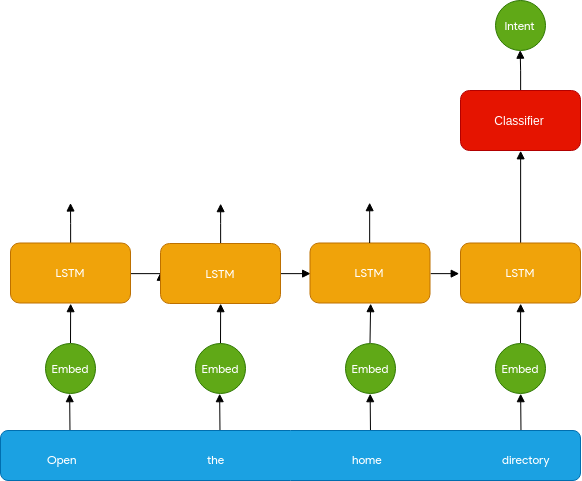
Before: images/NLU/intent_classification.png, a diagram exported from draw.io (Wissben/Master-Thesis). Source tidied: cells renumbered, new cells last; positions are measured from the earlier drawing's top-left corner, leaving out a move shared by most shapes.
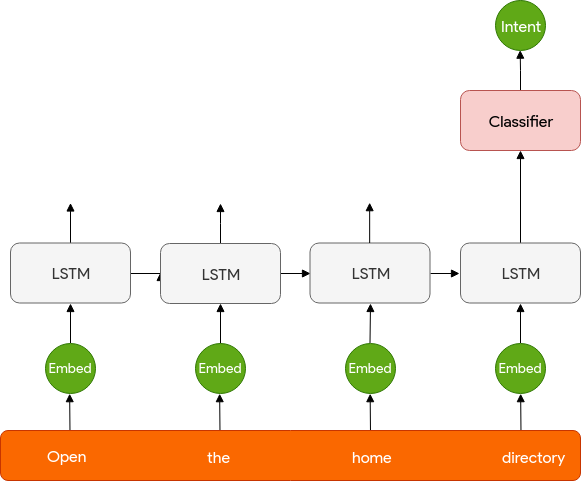
Later version of the same file.

What changed in the source:
```diff
@@ -2,25 +2,25 @@
   <root>
     <mxCell id="0" />
     <mxCell id="1" parent="0" />
-    <mxCell id="2" style="edgeStyle=orthogonalEdgeStyle;rounded=0;jettySize=auto;html=1;exitX=0.5;exitY=0;exitDx=0;exitDy=0;startArrow=none;startFill=0;endArrow=block;endFill=1;" parent="1" edge="1" source="4">
+    <mxCell id="2" style="edgeStyle=orthogonalEdgeStyle;rounded=0;jettySize=auto;html=1;exitX=0.5;exitY=0;exitDx=0;exitDy=0;startArrow=none;startFill=0;endArrow=block;endFill=1;fontFamily=Lucida Console;fontSize=16;" parent="1" edge="1" source="4">
       <mxGeometry relative="1" as="geometry">
         <mxPoint x="70" y="202.5" as="targetPoint" />
       </mxGeometry>
     </mxCell>
-    <mxCell id="3" style="edgeStyle=orthogonalEdgeStyle;rounded=0;jettySize=auto;html=1;exitX=1;exitY=0.5;exitDx=0;exitDy=0;entryX=0;entryY=0.5;entryDx=0;entryDy=0;startArrow=none;startFill=0;endArrow=block;endFill=1;" parent="1" edge="1" source="4">
+    <mxCell id="3" style="edgeStyle=orthogonalEdgeStyle;rounded=0;jettySize=auto;html=1;exitX=1;exitY=0.5;exitDx=0;exitDy=0;entryX=0;entryY=0.5;entryDx=0;entryDy=0;startArrow=none;startFill=0;endArrow=block;endFill=1;fontFamily=Lucida Console;fontSize=16;" parent="1" edge="1" source="4">
       <mxGeometry relative="1" as="geometry">
         <mxPoint x="159.7" y="272.2" as="targetPoint" />
       </mxGeometry>
     </mxCell>
-    <mxCell id="4" value="&lt;font face=&quot;Lucida Console&quot;&gt;LSTM&lt;/font&gt;" style="whiteSpace=wrap;html=1;rounded=1;strokeColor=#BD7000;fillColor=#f0a30a;fontColor=#ffffff;" parent="1" vertex="1">
+    <mxCell id="4" value="&lt;font style=&quot;font-size: 16px;&quot;&gt;LSTM&lt;/font&gt;" style="whiteSpace=wrap;html=1;rounded=1;strokeColor=#666666;fillColor=#f5f5f5;fontColor=#333333;fontFamily=Lucida Console;fontSize=16;" parent="1" vertex="1">
       <mxGeometry x="10" y="242.5" width="120" height="60" as="geometry" />
     </mxCell>
-    <mxCell id="5" style="endArrow=block;html=1;entryX=0.5;entryY=1;entryDx=0;entryDy=0;endFill=1;" parent="1" edge="1" target="4">
+    <mxCell id="5" style="endArrow=block;html=1;entryX=0.5;entryY=1;entryDx=0;entryDy=0;endFill=1;fontFamily=Lucida Console;fontSize=16;" parent="1" edge="1" target="4">
       <mxGeometry relative="1" as="geometry">
         <mxPoint x="70" y="342.5" as="sourcePoint" />
       </mxGeometry>
     </mxCell>
-    <mxCell id="6" style="edgeStyle=orthogonalEdgeStyle;rounded=0;jettySize=auto;html=1;exitX=0.5;exitY=0;exitDx=0;exitDy=0;startArrow=none;startFill=0;endArrow=block;endFill=1;" parent="1" edge="1" source="8">
+    <mxCell id="6" style="edgeStyle=orthogonalEdgeStyle;rounded=0;jettySize=auto;html=1;exitX=0.5;exitY=0;exitDx=0;exitDy=0;startArrow=none;startFill=0;endArrow=block;endFill=1;fontFamily=Lucida Console;fontSize=16;" parent="1" edge="1" source="8">
       <mxGeometry relative="1" as="geometry">
         <mxPoint x="219.7" y="202.7" as="targetPoint" />
         <Array as="points">
@@ -28,109 +28,109 @@
         </Array>
       </mxGeometry>
     </mxCell>
-    <mxCell id="7" style="edgeStyle=orthogonalEdgeStyle;rounded=0;jettySize=auto;html=1;exitX=1;exitY=0.5;exitDx=0;exitDy=0;entryX=0;entryY=0.5;entryDx=0;entryDy=0;startArrow=none;startFill=0;endArrow=block;endFill=1;" parent="1" edge="1" source="8">
+    <mxCell id="7" style="edgeStyle=orthogonalEdgeStyle;rounded=0;jettySize=auto;html=1;exitX=1;exitY=0.5;exitDx=0;exitDy=0;entryX=0;entryY=0.5;entryDx=0;entryDy=0;startArrow=none;startFill=0;endArrow=block;endFill=1;fontFamily=Lucida Console;fontSize=16;" parent="1" edge="1" source="8">
       <mxGeometry relative="1" as="geometry">
         <mxPoint x="309.7" y="272.7" as="targetPoint" />
       </mxGeometry>
     </mxCell>
-    <mxCell id="8" value="&lt;span&gt;LSTM&lt;/span&gt;" style="whiteSpace=wrap;html=1;rounded=1;strokeColor=#BD7000;fontFamily=Lucida Console;fillColor=#f0a30a;fontColor=#ffffff;" parent="1" vertex="1">
+    <mxCell id="8" value="&lt;span style=&quot;font-size: 16px;&quot;&gt;LSTM&lt;/span&gt;" style="whiteSpace=wrap;html=1;rounded=1;strokeColor=#666666;fontFamily=Lucida Console;fillColor=#f5f5f5;fontColor=#333333;fontSize=16;" parent="1" vertex="1">
       <mxGeometry x="160" y="243" width="120" height="60" as="geometry" />
     </mxCell>
-    <mxCell id="9" style="endArrow=block;html=1;entryX=0.5;entryY=1;entryDx=0;entryDy=0;endFill=1;" parent="1" edge="1" target="8">
+    <mxCell id="9" style="endArrow=block;html=1;entryX=0.5;entryY=1;entryDx=0;entryDy=0;endFill=1;fontFamily=Lucida Console;fontSize=16;" parent="1" edge="1" target="8">
       <mxGeometry relative="1" as="geometry">
         <mxPoint x="220" y="343" as="sourcePoint" />
       </mxGeometry>
     </mxCell>
-    <mxCell id="10" style="edgeStyle=orthogonalEdgeStyle;rounded=0;jettySize=auto;html=1;exitX=1;exitY=0.5;exitDx=0;exitDy=0;entryX=0;entryY=0.5;entryDx=0;entryDy=0;startArrow=none;startFill=0;endArrow=block;endFill=1;" parent="1" edge="1" source="11">
+    <mxCell id="10" style="edgeStyle=orthogonalEdgeStyle;rounded=0;jettySize=auto;html=1;exitX=1;exitY=0.5;exitDx=0;exitDy=0;entryX=0;entryY=0.5;entryDx=0;entryDy=0;startArrow=none;startFill=0;endArrow=block;endFill=1;fontFamily=Lucida Console;fontSize=16;" parent="1" edge="1" source="11">
       <mxGeometry relative="1" as="geometry">
         <mxPoint x="459.2" y="272.5" as="targetPoint" />
       </mxGeometry>
     </mxCell>
-    <mxCell id="11" value="&lt;span&gt;LSTM&lt;/span&gt;" style="whiteSpace=wrap;html=1;rounded=1;strokeColor=#BD7000;fontFamily=Lucida Console;fillColor=#f0a30a;fontColor=#ffffff;" parent="1" vertex="1">
+    <mxCell id="11" value="&lt;span style=&quot;font-size: 16px;&quot;&gt;LSTM&lt;/span&gt;" style="whiteSpace=wrap;html=1;rounded=1;strokeColor=#666666;fontFamily=Lucida Console;fillColor=#f5f5f5;fontColor=#333333;fontSize=16;" parent="1" vertex="1">
       <mxGeometry x="309.5" y="242.5" width="120" height="60" as="geometry" />
     </mxCell>
-    <mxCell id="12" style="endArrow=block;html=1;entryX=0.5;entryY=1;entryDx=0;entryDy=0;endFill=1;" parent="1" edge="1" target="11">
+    <mxCell id="12" style="endArrow=block;html=1;entryX=0.5;entryY=1;entryDx=0;entryDy=0;endFill=1;fontFamily=Lucida Console;fontSize=16;" parent="1" edge="1" target="11">
       <mxGeometry relative="1" as="geometry">
         <mxPoint x="369.5" y="342.5" as="sourcePoint" />
       </mxGeometry>
     </mxCell>
-    <mxCell id="13" style="edgeStyle=orthogonalEdgeStyle;rounded=0;jettySize=auto;html=1;exitX=0.5;exitY=0;exitDx=0;exitDy=0;startArrow=none;startFill=0;endArrow=block;endFill=1;entryX=0.5;entryY=1;entryDx=0;entryDy=0;" parent="1" edge="1" source="14" target="17">
+    <mxCell id="13" style="edgeStyle=orthogonalEdgeStyle;rounded=0;jettySize=auto;html=1;exitX=0.5;exitY=0;exitDx=0;exitDy=0;startArrow=none;startFill=0;endArrow=block;endFill=1;entryX=0.5;entryY=1;entryDx=0;entryDy=0;fontFamily=Lucida Console;fontSize=16;" parent="1" edge="1" source="14" target="17">
       <mxGeometry relative="1" as="geometry" />
     </mxCell>
-    <mxCell id="14" value="&lt;span&gt;LSTM&lt;/span&gt;" style="whiteSpace=wrap;html=1;rounded=1;strokeColor=#BD7000;fontFamily=Lucida Console;fillColor=#f0a30a;fontColor=#ffffff;" parent="1" vertex="1">
+    <mxCell id="14" value="&lt;span style=&quot;font-size: 16px;&quot;&gt;LSTM&lt;/span&gt;" style="whiteSpace=wrap;html=1;rounded=1;strokeColor=#666666;fontFamily=Lucida Console;fillColor=#f5f5f5;fontColor=#333333;fontSize=16;" parent="1" vertex="1">
       <mxGeometry x="460" y="242.5" width="120" height="60" as="geometry" />
     </mxCell>
-    <mxCell id="15" style="endArrow=block;html=1;entryX=0.5;entryY=1;entryDx=0;entryDy=0;endFill=1;" parent="1" edge="1" target="14">
+    <mxCell id="15" style="endArrow=block;html=1;entryX=0.5;entryY=1;entryDx=0;entryDy=0;endFill=1;fontFamily=Lucida Console;fontSize=16;" parent="1" edge="1" target="14">
       <mxGeometry relative="1" as="geometry">
         <mxPoint x="520" y="342.5" as="sourcePoint" />
       </mxGeometry>
     </mxCell>
-    <mxCell id="16" style="edgeStyle=orthogonalEdgeStyle;rounded=0;jettySize=auto;html=1;exitX=0.5;exitY=0;exitDx=0;exitDy=0;startArrow=none;startFill=0;endArrow=block;endFill=1;" parent="1" edge="1" source="17">
+    <mxCell id="16" style="edgeStyle=orthogonalEdgeStyle;rounded=0;jettySize=auto;html=1;exitX=0.5;exitY=0;exitDx=0;exitDy=0;startArrow=none;startFill=0;endArrow=block;endFill=1;fontFamily=Lucida Console;fontSize=16;" parent="1" edge="1" source="17">
       <mxGeometry relative="1" as="geometry">
         <mxPoint x="519.7" y="49.7" as="targetPoint" />
       </mxGeometry>
     </mxCell>
-    <mxCell id="17" value="Classifier" style="whiteSpace=wrap;html=1;rounded=1;strokeColor=#B20000;fillColor=#e51400;fontColor=#ffffff;" parent="1" vertex="1">
+    <mxCell id="17" value="Classifier" style="whiteSpace=wrap;html=1;rounded=1;strokeColor=#b85450;fillColor=#f8cecc;fontFamily=Lucida Console;fontSize=16;" parent="1" vertex="1">
       <mxGeometry x="460" y="90" width="120" height="60" as="geometry" />
     </mxCell>
-    <mxCell id="18" value="Embed" style="ellipse;whiteSpace=wrap;html=1;rounded=1;strokeColor=#2D7600;fontFamily=Lucida Console;fillColor=#60a917;fontColor=#ffffff;" parent="1" vertex="1">
+    <mxCell id="18" value="Embed" style="ellipse;whiteSpace=wrap;html=1;rounded=1;strokeColor=#2D7600;fontFamily=Lucida Console;fillColor=#60a917;fontColor=#ffffff;fontSize=14;" parent="1" vertex="1">
       <mxGeometry x="45" y="343.2" width="50" height="50" as="geometry" />
     </mxCell>
-    <mxCell id="19" value="&lt;span&gt;Embed&lt;/span&gt;" style="ellipse;whiteSpace=wrap;html=1;rounded=1;strokeColor=#2D7600;fontFamily=Lucida Console;fillColor=#60a917;fontColor=#ffffff;" parent="1" vertex="1">
+    <mxCell id="19" value="&lt;span style=&quot;font-size: 14px;&quot;&gt;Embed&lt;/span&gt;" style="ellipse;whiteSpace=wrap;html=1;rounded=1;strokeColor=#2D7600;fontFamily=Lucida Console;fillColor=#60a917;fontColor=#ffffff;fontSize=14;" parent="1" vertex="1">
       <mxGeometry x="195" y="343.2" width="50" height="50" as="geometry" />
     </mxCell>
-    <mxCell id="20" value="&lt;span&gt;Embed&lt;/span&gt;" style="ellipse;whiteSpace=wrap;html=1;rounded=1;strokeColor=#2D7600;fontFamily=Lucida Console;fillColor=#60a917;fontColor=#ffffff;" parent="1" vertex="1">
+    <mxCell id="20" value="&lt;span style=&quot;font-size: 14px;&quot;&gt;Embed&lt;/span&gt;" style="ellipse;whiteSpace=wrap;html=1;rounded=1;strokeColor=#2D7600;fontFamily=Lucida Console;fillColor=#60a917;fontColor=#ffffff;fontSize=14;" parent="1" vertex="1">
       <mxGeometry x="345" y="343.2" width="50" height="50" as="geometry" />
     </mxCell>
-    <mxCell id="21" value="&lt;span&gt;Embed&lt;/span&gt;" style="ellipse;whiteSpace=wrap;html=1;rounded=1;strokeColor=#2D7600;fontFamily=Lucida Console;fillColor=#60a917;fontColor=#ffffff;" parent="1" vertex="1">
+    <mxCell id="21" value="&lt;span style=&quot;font-size: 14px;&quot;&gt;Embed&lt;/span&gt;" style="ellipse;whiteSpace=wrap;html=1;rounded=1;strokeColor=#2D7600;fontFamily=Lucida Console;fillColor=#60a917;fontColor=#ffffff;fontSize=14;" parent="1" vertex="1">
       <mxGeometry x="495" y="343.2" width="50" height="50" as="geometry" />
     </mxCell>
-    <mxCell id="22" style="endArrow=block;html=1;entryX=0.5;entryY=1;entryDx=0;entryDy=0;endFill=1;" parent="1" edge="1">
+    <mxCell id="22" style="endArrow=block;html=1;entryX=0.5;entryY=1;entryDx=0;entryDy=0;endFill=1;fontFamily=Lucida Console;fontSize=16;" parent="1" edge="1">
       <mxGeometry relative="1" as="geometry">
         <mxPoint x="69.5" y="433.5" as="sourcePoint" />
         <mxPoint x="69.2" y="393.2" as="targetPoint" />
       </mxGeometry>
     </mxCell>
-    <mxCell id="23" style="endArrow=block;html=1;entryX=0.5;entryY=1;entryDx=0;entryDy=0;endFill=1;" parent="1" edge="1">
+    <mxCell id="23" style="endArrow=block;html=1;entryX=0.5;entryY=1;entryDx=0;entryDy=0;endFill=1;fontFamily=Lucida Console;fontSize=16;" parent="1" edge="1">
       <mxGeometry relative="1" as="geometry">
         <mxPoint x="219.5" y="433.5" as="sourcePoint" />
         <mxPoint x="219.2" y="393.2" as="targetPoint" />
       </mxGeometry>
     </mxCell>
-    <mxCell id="24" style="endArrow=block;html=1;entryX=0.5;entryY=1;entryDx=0;entryDy=0;endFill=1;" parent="1" edge="1">
+    <mxCell id="24" style="endArrow=block;html=1;entryX=0.5;entryY=1;entryDx=0;entryDy=0;endFill=1;fontFamily=Lucida Console;fontSize=16;" parent="1" edge="1">
       <mxGeometry relative="1" as="geometry">
         <mxPoint x="370" y="433.5" as="sourcePoint" />
         <mxPoint x="369.7" y="393.2" as="targetPoint" />
       </mxGeometry>
     </mxCell>
-    <mxCell id="25" style="endArrow=block;html=1;entryX=0.5;entryY=1;entryDx=0;entryDy=0;endFill=1;" parent="1" edge="1">
+    <mxCell id="25" style="endArrow=block;html=1;entryX=0.5;entryY=1;entryDx=0;entryDy=0;endFill=1;fontFamily=Lucida Console;fontSize=16;" parent="1" edge="1">
       <mxGeometry relative="1" as="geometry">
         <mxPoint x="520.5" y="433.5" as="sourcePoint" />
         <mxPoint x="520.2" y="393.2" as="targetPoint" />
       </mxGeometry>
     </mxCell>
-    <mxCell id="26" style="whiteSpace=wrap;html=1;rounded=1;strokeColor=#006EAF;fillColor=#1ba1e2;fontColor=#ffffff;" parent="1" vertex="1">
+    <mxCell id="26" style="whiteSpace=wrap;html=1;rounded=1;fillColor=#fa6800;strokeColor=#C73500;fontColor=#ffffff;fontFamily=Lucida Console;fontSize=16;" parent="1" vertex="1">
       <mxGeometry y="430" width="580" height="50" as="geometry" />
     </mxCell>
-    <mxCell id="27" value="Open" style="text;html=1;align=left;verticalAlign=top;spacingTop=-4;fontFamily=Lucida Console;fontColor=#FFFFFF;" parent="1" vertex="1">
-      <mxGeometry x="45" y="450" width="50" height="10" as="geometry" />
+    <mxCell id="27" value="Open" style="text;html=1;align=left;verticalAlign=top;spacingTop=-4;fontFamily=Lucida Console;fontColor=#FFFFFF;fontSize=16;" parent="1" vertex="1">
+      <mxGeometry x="45" y="444" width="50" height="10" as="geometry" />
     </mxCell>
-    <mxCell id="28" value="&lt;div style=&quot;text-align: center&quot;&gt;&lt;span&gt;the&lt;/span&gt;&lt;/div&gt;" style="text;html=1;align=left;verticalAlign=top;spacingTop=-4;fontFamily=Lucida Console;fontColor=#FFFFFF;" parent="1" vertex="1">
-      <mxGeometry x="205" y="450" width="30" height="10" as="geometry" />
+    <mxCell id="28" value="&lt;div style=&quot;text-align: center; font-size: 16px;&quot;&gt;&lt;span style=&quot;font-size: 16px;&quot;&gt;the&lt;/span&gt;&lt;/div&gt;" style="text;html=1;align=left;verticalAlign=top;spacingTop=-4;fontFamily=Lucida Console;fontColor=#FFFFFF;fontSize=16;" parent="1" vertex="1">
+      <mxGeometry x="205" y="445" width="30" height="10" as="geometry" />
     </mxCell>
-    <mxCell id="29" value="home" style="text;html=1;align=left;verticalAlign=top;spacingTop=-4;fontFamily=Lucida Console;fontColor=#FFFFFF;" parent="1" vertex="1">
-      <mxGeometry x="350" y="450" width="50" height="10" as="geometry" />
+    <mxCell id="29" value="home" style="text;html=1;align=left;verticalAlign=top;spacingTop=-4;fontFamily=Lucida Console;fontColor=#FFFFFF;fontSize=16;" parent="1" vertex="1">
+      <mxGeometry x="350" y="445" width="50" height="10" as="geometry" />
     </mxCell>
-    <mxCell id="30" value="directory" style="text;html=1;align=left;verticalAlign=top;spacingTop=-4;fontFamily=Lucida Console;fontColor=#FFFFFF;" parent="1" vertex="1">
-      <mxGeometry x="500" y="450" width="60" height="10" as="geometry" />
+    <mxCell id="30" value="directory" style="text;html=1;align=left;verticalAlign=top;spacingTop=-4;fontFamily=Lucida Console;fontColor=#FFFFFF;fontSize=16;" parent="1" vertex="1">
+      <mxGeometry x="500" y="445" width="60" height="10" as="geometry" />
     </mxCell>
-    <mxCell id="31" style="edgeStyle=orthogonalEdgeStyle;rounded=0;orthogonalLoop=1;jettySize=auto;html=1;exitX=0.5;exitY=0;exitDx=0;exitDy=0;startArrow=none;startFill=0;endArrow=block;endFill=1;" parent="1" edge="1">
+    <mxCell id="31" style="edgeStyle=orthogonalEdgeStyle;rounded=0;orthogonalLoop=1;jettySize=auto;html=1;exitX=0.5;exitY=0;exitDx=0;exitDy=0;startArrow=none;startFill=0;endArrow=block;endFill=1;fontFamily=Lucida Console;fontSize=16;" parent="1" edge="1">
       <mxGeometry relative="1" as="geometry">
         <mxPoint x="369.2" y="242.5" as="sourcePoint" />
         <mxPoint x="369.2" y="202.2" as="targetPoint" />
       </mxGeometry>
     </mxCell>
-    <mxCell id="32" value="Intent" style="ellipse;whiteSpace=wrap;html=1;rounded=1;strokeColor=#2D7600;fontFamily=Lucida Console;fillColor=#60a917;fontColor=#ffffff;" parent="1" vertex="1">
+    <mxCell id="32" value="Intent" style="ellipse;whiteSpace=wrap;html=1;rounded=1;strokeColor=#2D7600;fontFamily=Lucida Console;fillColor=#60a917;fontColor=#ffffff;fontSize=16;" parent="1" vertex="1">
       <mxGeometry x="495" y="0.2" width="50" height="50" as="geometry" />
     </mxCell>
   </root>
```
